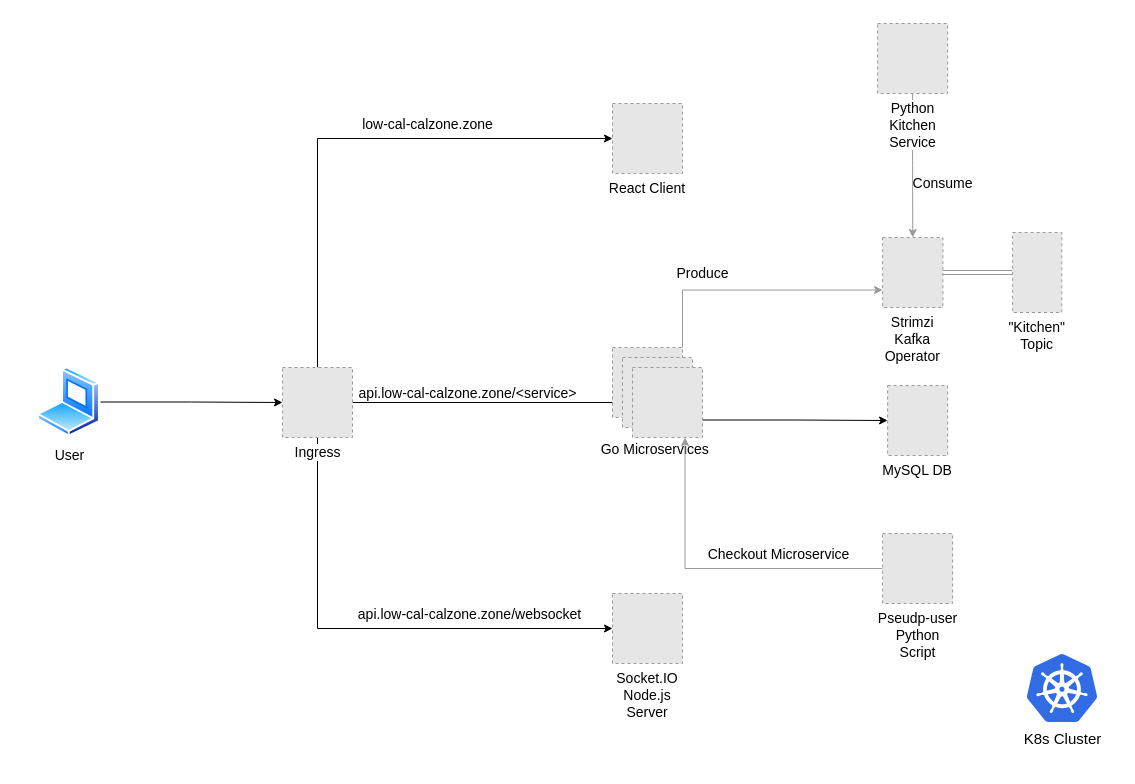
Earlier version of the draw.io diagram LowCalCalzoneZone.drawio (chiniczR/Low-Cal-Calzone-Zone). Source tidied: cells renumbered, new cells numbered last; positions are measured from the earlier drawing's top-left corner, leaving out a move shared by most shapes. Both pictures are drawn from the tidied source at 100%, with x=0, y=0 at pixel (37, 23). Pictures stored in the file or linked from it are replaced by grey dashed boxes.
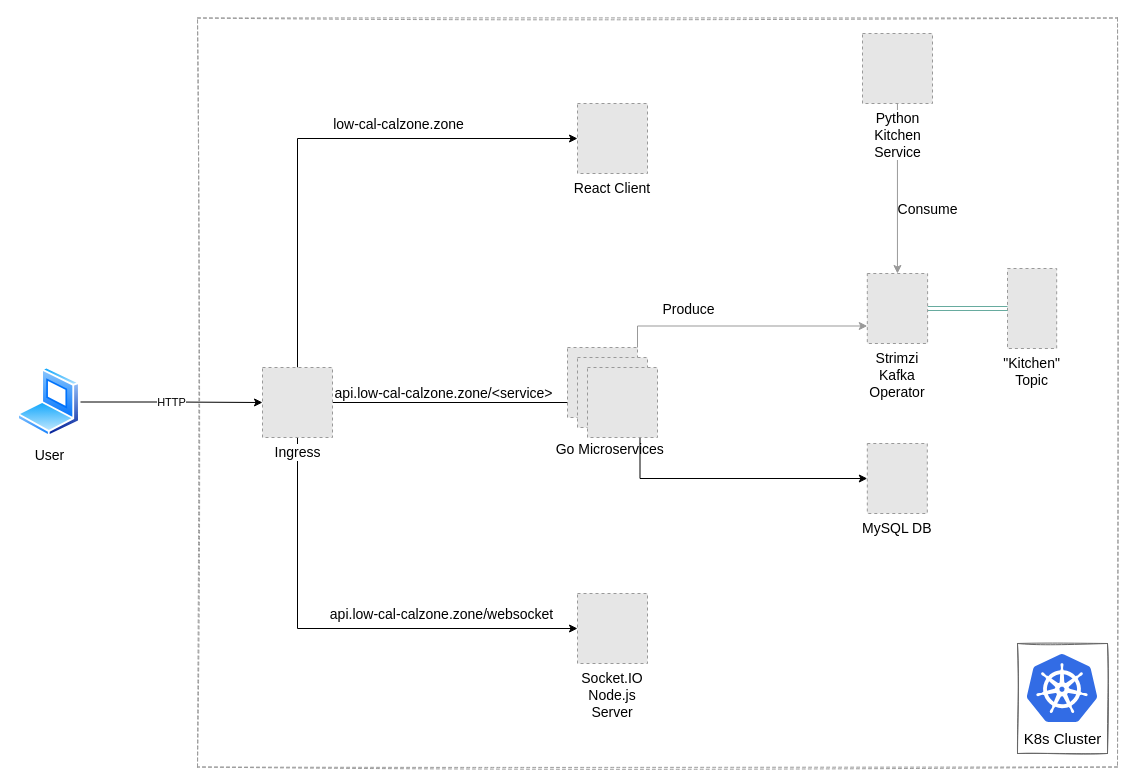
The same page after the edit.

What changed in the source:
```diff
@@
-    <mxCell id="2" style="edgeStyle=orthogonalEdgeStyle;rounded=0;jettySize=auto;html=1;exitX=1;exitY=0.5;exitDx=0;exitDy=0;entryX=0;entryY=0.5;entryDx=0;entryDy=0;strokeColor=#999999;fontSize=14;shape=link;" parent="1" edge="1" source="25" target="24">
-      <mxGeometry relative="1" as="geometry" />
-    </mxCell>
     <mxCell id="3" value="React Client" style="fillColor=#E6E6E6;strokeColor=#999999;dashed=1;verticalLabelPosition=bottom;labelBackgroundColor=#ffffff;verticalAlign=top;fontSize=14;" parent="1" vertex="1">
-      <mxGeometry x="575" y="80" width="70" height="70" as="geometry" />
+      <mxGeometry x="540" y="80" width="70" height="70" as="geometry" />
     </mxCell>
-    <mxCell id="4" style="edgeStyle=orthogonalEdgeStyle;rounded=0;jettySize=auto;html=1;exitX=1;exitY=0.5;exitDx=0;exitDy=0;entryX=0;entryY=0.5;entryDx=0;entryDy=0;" parent="1" edge="1" source="5" target="12">
+    <mxCell id="4" value="HTTP" style="edgeStyle=orthogonalEdgeStyle;rounded=0;jettySize=auto;html=1;exitX=1;exitY=0.5;exitDx=0;exitDy=0;entryX=0;entryY=0.5;entryDx=0;entryDy=0;" parent="1" edge="1" source="5" target="12">
       <mxGeometry relative="1" as="geometry" />
     </mxCell>
     <mxCell id="5" value="User" style="perimeter=ellipsePerimeter;html=1;align=center;shadow=0;dashed=0;spacingTop=3;image;image=img/lib/active_directory/laptop_client.svg;fontSize=14;" parent="1" vertex="1">
-      <mxGeometry y="343.5" width="63" height="70" as="geometry" />
+      <mxGeometry x="-20" y="343.5" width="63" height="70" as="geometry" />
     </mxCell>
@@
     <mxCell id="12" value="Ingress" style="fillColor=#E6E6E6;strokeColor=#999999;dashed=1;html=1;verticalAlign=top;verticalLabelPosition=bottom;labelBackgroundColor=#ffffff;fontSize=14;" parent="1" vertex="1">
-      <mxGeometry x="245" y="344" width="70" height="70" as="geometry" />
+      <mxGeometry x="225" y="344" width="70" height="70" as="geometry" />
     </mxCell>
@@
     <mxCell id="14" value="&#10;    Go Microservices" style="fillColor=#E6E6E6;strokeColor=#999999;dashed=1;verticalLabelPosition=bottom;verticalAlign=top;fontSize=14;" parent="1" vertex="1">
-      <mxGeometry x="575" y="324" width="70" height="70" as="geometry" />
+      <mxGeometry x="530" y="324" width="70" height="70" as="geometry" />
     </mxCell>
     <mxCell id="15" style="fillColor=#E6E6E6;strokeColor=#999999;dashed=1;verticalLabelPosition=bottom;verticalAlign=top;fontSize=14;" parent="1" vertex="1">
-      <mxGeometry x="585" y="334" width="70" height="70" as="geometry" />
+      <mxGeometry x="540" y="334" width="70" height="70" as="geometry" />
     </mxCell>
-    <mxCell id="16" style="edgeStyle=orthogonalEdgeStyle;rounded=0;jettySize=auto;html=1;exitX=1;exitY=0.75;exitDx=0;exitDy=0;fontSize=14;" parent="1" edge="1" source="21" target="23">
+    <mxCell id="16" style="edgeStyle=orthogonalEdgeStyle;rounded=0;jettySize=auto;html=1;exitX=0.75;exitY=1;exitDx=0;exitDy=0;fontSize=14;entryX=0;entryY=0.5;entryDx=0;entryDy=0;" parent="1" edge="1" source="21" target="23">
       <mxGeometry relative="1" as="geometry" />
     </mxCell>
@@
-    <mxCell id="19" style="edgeStyle=orthogonalEdgeStyle;rounded=0;jettySize=auto;html=1;exitX=0;exitY=0.5;exitDx=0;exitDy=0;entryX=0.75;entryY=1;entryDx=0;entryDy=0;strokeColor=#999999;fontSize=14;" parent="1" edge="1" source="28" target="21">
-      <mxGeometry relative="1" as="geometry" />
-    </mxCell>
-    <mxCell id="20" value="Checkout Microservice" style="edgeLabel;html=1;align=center;verticalAlign=middle;fontSize=14;" parent="19" vertex="1">
-      <mxGeometry x="-0.23" y="8" relative="1" as="geometry">
-        <mxPoint x="22.5" y="-23" as="offset" />
-      </mxGeometry>
-    </mxCell>
     <mxCell id="21" style="fillColor=#E6E6E6;strokeColor=#999999;dashed=1;verticalLabelPosition=bottom;verticalAlign=top;fontSize=14;" parent="1" vertex="1">
-      <mxGeometry x="595" y="344" width="70" height="70" as="geometry" />
+      <mxGeometry x="550" y="344" width="70" height="70" as="geometry" />
     </mxCell>
     <mxCell id="22" value="Socket.IO &#10;Node.js&#10;Server" style="fillColor=#E6E6E6;strokeColor=#999999;dashed=1;verticalLabelPosition=bottom;verticalAlign=top;fontSize=14;" parent="1" vertex="1">
-      <mxGeometry x="575" y="570" width="70" height="70" as="geometry" />
+      <mxGeometry x="540" y="570" width="70" height="70" as="geometry" />
     </mxCell>
     <mxCell id="23" value="MySQL DB" style="fillColor=#E6E6E6;strokeColor=#999999;dashed=1;verticalLabelPosition=bottom;labelBackgroundColor=#ffffff;verticalAlign=top;fontSize=14;" parent="1" vertex="1">
-      <mxGeometry x="850.1" y="362" width="60" height="70" as="geometry" />
+      <mxGeometry x="829.8" y="420" width="60" height="70" as="geometry" />
     </mxCell>
     <mxCell id="24" value="&quot;Kitchen&quot;&#10;Topic&#10;" style="fillColor=#E6E6E6;strokeColor=#999999;dashed=1;verticalLabelPosition=bottom;verticalAlign=top;fontSize=14;" parent="1" vertex="1">
-      <mxGeometry x="975.1" y="209" width="49.2" height="80" as="geometry" />
+      <mxGeometry x="970" y="245" width="49.2" height="80" as="geometry" />
     </mxCell>
+    <mxCell id="2" style="edgeStyle=orthogonalEdgeStyle;rounded=0;jettySize=auto;html=1;entryX=0;entryY=0.5;entryDx=0;entryDy=0;strokeColor=#67AB9F;fontSize=14;shape=link;" parent="1" edge="1" source="25" target="24">
+      <mxGeometry relative="1" as="geometry" />
+    </mxCell>
     <mxCell id="25" value="Strimzi&#10;Kafka&#10;Operator" style="fillColor=#E6E6E6;strokeColor=#999999;dashed=1;verticalLabelPosition=bottom;verticalAlign=top;fontSize=14;" parent="1" vertex="1">
-      <mxGeometry x="845.1" y="214" width="60.3" height="70" as="geometry" />
+      <mxGeometry x="829.8" y="250" width="60.3" height="70" as="geometry" />
     </mxCell>
@@
     <mxCell id="27" value="&lt;div&gt;Python&lt;/div&gt;&lt;div&gt;Kitchen&lt;/div&gt;&lt;div&gt;Service&lt;/div&gt;" style="fillColor=#E6E6E6;strokeColor=#999999;dashed=1;html=1;verticalAlign=top;verticalLabelPosition=bottom;labelBackgroundColor=#ffffff;fontSize=14;" parent="1" vertex="1">
-      <mxGeometry x="840.1" width="70" height="70" as="geometry" />
+      <mxGeometry x="825" y="10" width="70" height="70" as="geometry" />
     </mxCell>
-    <mxCell id="28" value="&lt;div&gt;Pseudp-user&lt;/div&gt;&lt;div&gt;Python&lt;/div&gt;&lt;div&gt;Script&lt;br&gt;&lt;/div&gt;" style="fillColor=#E6E6E6;strokeColor=#999999;dashed=1;html=1;verticalAlign=top;verticalLabelPosition=bottom;labelBackgroundColor=#ffffff;fontSize=14;" parent="1" vertex="1">
-      <mxGeometry x="845.1" y="510" width="70" height="70" as="geometry" />
-    </mxCell>
+    <mxCell id="29" style="whiteSpace=wrap;html=1;sketch=1;fillColor=none;fontSize=14;strokeColor=#666666;" parent="1" vertex="1">
+      <mxGeometry x="980" y="620" width="90" height="110" as="geometry" />
+    </mxCell>
+    <mxCell id="30" style="whiteSpace=wrap;html=1;sketch=1;fillColor=none;fontSize=14;dashed=1;strokeColor=#999999;" parent="1" vertex="1">
+      <mxGeometry x="160" y="-5.5" width="920" height="749" as="geometry" />
+    </mxCell>
```
